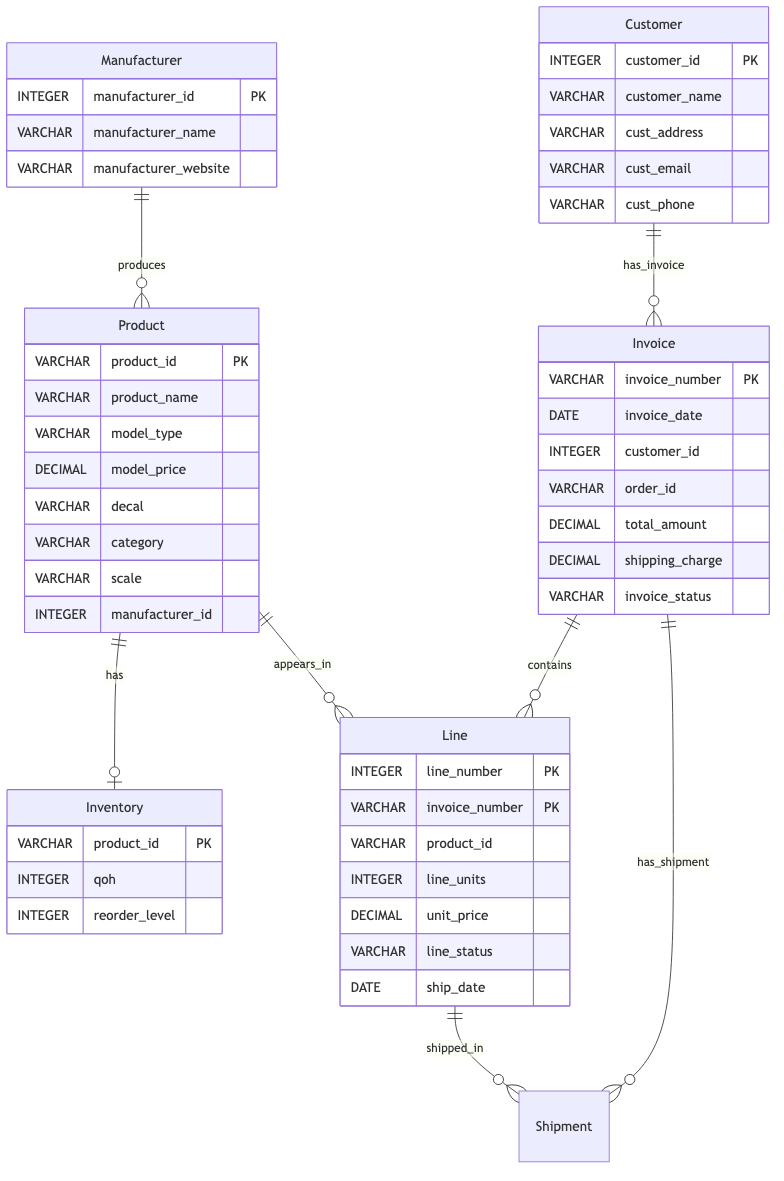
tmukund2-coder/ERD keeps this Mermaid diagram as RC_model.png. Above is the earlier version. Its source is kept beside it as RC_model.mmd.
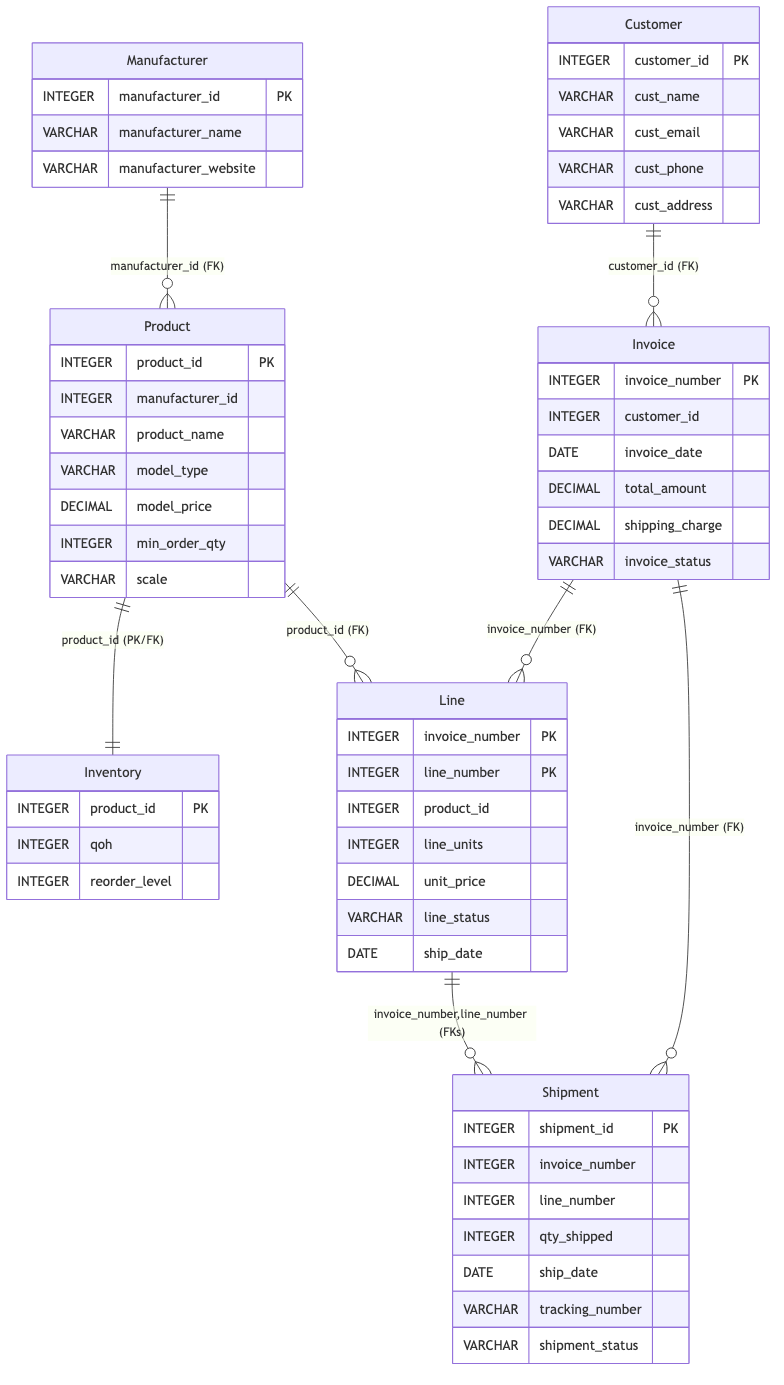
After the commit.

The edit, as a diff of the source:
```diff
@@ -1,59 +1,68 @@
 erDiagram
-  Manufacturer {
-    INTEGER manufacturer_id PK
-    VARCHAR manufacturer_name
-    VARCHAR manufacturer_website
-  }
 
-  Product {
-    VARCHAR product_id PK
-    VARCHAR product_name
-    VARCHAR model_type
-    DECIMAL model_price
-    VARCHAR decal
-    VARCHAR category
-    VARCHAR scale
-    INTEGER manufacturer_id
-  }
+    Customer {
+        INTEGER customer_id PK
+        VARCHAR cust_name
+        VARCHAR cust_email
+        VARCHAR cust_phone
+        VARCHAR cust_address
+    }
 
-  Inventory {
-    VARCHAR product_id PK
-    INTEGER qoh
-    INTEGER reorder_level
-  }
+    Manufacturer {
+        INTEGER manufacturer_id PK
+        VARCHAR manufacturer_name
+        VARCHAR manufacturer_website
+    }
 
-  Customer {
-    INTEGER customer_id PK
-    VARCHAR customer_name
-    VARCHAR cust_address
-    VARCHAR cust_email
-    VARCHAR cust_phone
-  }
+    Product {
+        INTEGER product_id PK
+        INTEGER manufacturer_id
+        VARCHAR product_name
+        VARCHAR model_type
+        DECIMAL model_price
+        INTEGER min_order_qty
+        VARCHAR scale
+    }
 
-  Invoice {
-    VARCHAR invoice_number PK
-    DATE invoice_date
-    INTEGER customer_id
-    VARCHAR order_id
-    DECIMAL total_amount
-    DECIMAL shipping_charge
-    VARCHAR invoice_status
-  }
+    Inventory {
+        INTEGER product_id PK
+        INTEGER qoh
+        INTEGER reorder_level
+    }
 
-  Line {
-    INTEGER line_number PK
-    VARCHAR invoice_number PK
-    VARCHAR product_id
-    INTEGER line_units
-    DECIMAL unit_price
-    VARCHAR line_status
-    DATE ship_date
-  }
+    Invoice {
+        INTEGER invoice_number PK
+        INTEGER customer_id
+        DATE invoice_date
+        DECIMAL total_amount
+        DECIMAL shipping_charge
+        VARCHAR invoice_status
+    }
 
-  Manufacturer ||--o{ Product : "manufacturer_id (FK)"
-  Product ||--o| Inventory : "product_id (PK/FK)"
-  Customer ||--o{ Invoice : "customer_id (FK)"
-  Invoice ||--o{ Line : "invoice_number (FK)"
-  Product ||--o{ Line : "product_id (FK)"
-  Line ||--o{ Shipment : "invoice_number, line_number (FK)"
-  Invoice ||--o{ Shipment : "invoice_number (FK)"
+    Line {
+        INTEGER invoice_number PK
+        INTEGER line_number PK
+        INTEGER product_id
+        INTEGER line_units
+        DECIMAL unit_price
+        VARCHAR line_status
+        DATE ship_date
+    }
+
+    Shipment {
+        INTEGER shipment_id PK
+        INTEGER invoice_number
+        INTEGER line_number
+        INTEGER qty_shipped
+        DATE ship_date
+        VARCHAR tracking_number
+        VARCHAR shipment_status
+    }
+
+    Customer ||--o{ Invoice : "customer_id (FK)"
+    Manufacturer ||--o{ Product : "manufacturer_id (FK)"
+    Product ||--|| Inventory : "product_id (PK/FK)"
+    Invoice ||--o{ Line : "invoice_number (FK)"
+    Product ||--o{ Line : "product_id (FK)"
+    Invoice ||--o{ Shipment : "invoice_number (FK)"
+    Line ||--o{ Shipment : "invoice_number,line_number (FKs)"
```
